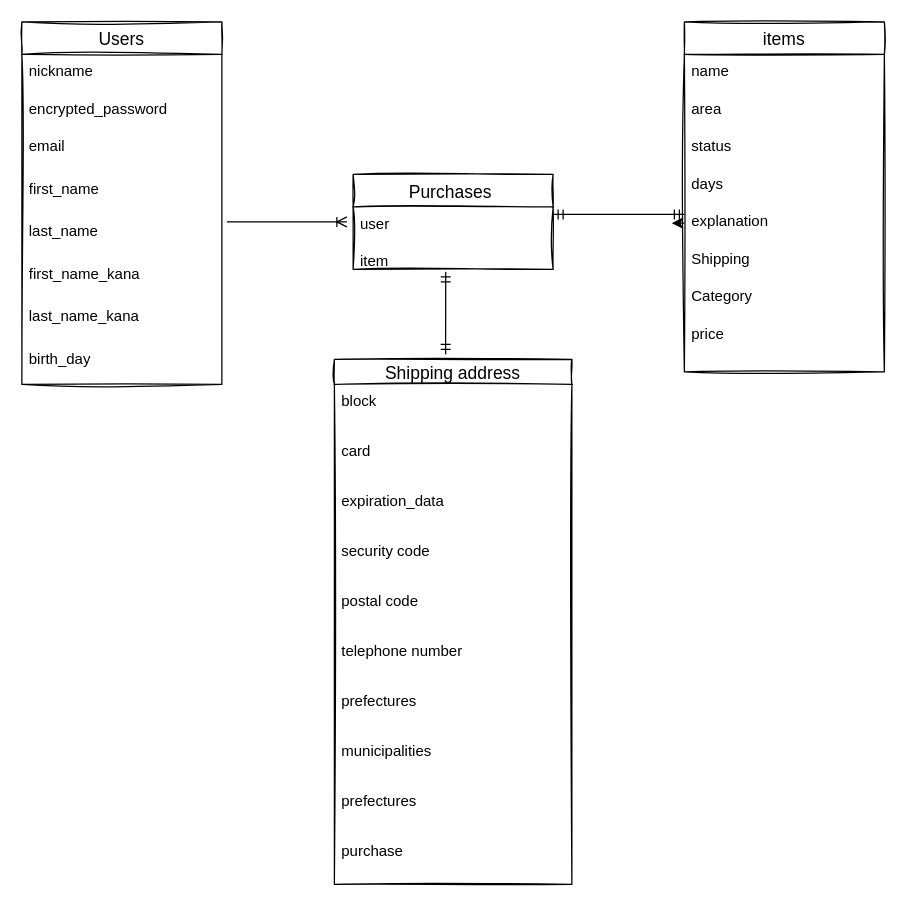
This is test.dio from hiroki917/furima-36021, a draw.io file, before an edit. Source tidied: cells renumbered, new cells numbered last; positions are measured from the earlier drawing's top-left corner, leaving out a move shared by most shapes. Both pictures are drawn from the tidied source at 125%, with x=0, y=0 at pixel (21, 21).
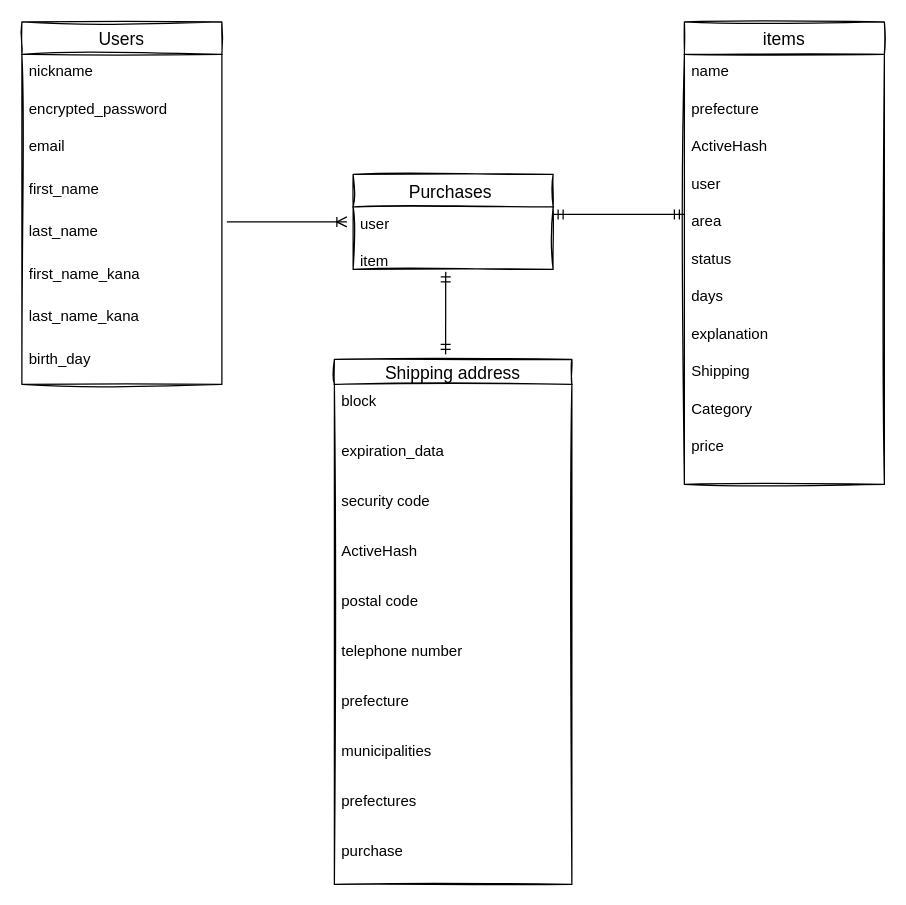
Above is the later version.

Commit message (it also covers changes not shown here):
データーベース修正2

The change refers to these unchanged cells:
```xml
<mxCell id="23" value="Shipping address" style="swimlane;fontStyle=0;horizontal=1;startSize=20;align=center;fontSize=14;sketch=1;" parent="1" vertex="1">
  <mxGeometry x="250" y="270" width="190" height="420" as="geometry" />
</mxCell>
```

Change to the diagram source:
```diff
@@
     <mxCell id="11" value="items" style="swimlane;fontStyle=0;horizontal=1;startSize=26;align=center;fontSize=14;sketch=1;" parent="1" vertex="1">
-      <mxGeometry x="530" width="160" height="280" as="geometry" />
+      <mxGeometry x="530" width="160" height="370" as="geometry" />
     </mxCell>
+    <mxCell id="38" value="name " style="text;strokeColor=none;fillColor=none;spacingLeft=4;spacingRight=4;overflow=hidden;fontSize=12;" parent="11" vertex="1">
+      <mxGeometry y="26" width="160" height="30" as="geometry" />
+    </mxCell>
+    <mxCell id="39" value="prefecture" style="text;strokeColor=none;fillColor=none;spacingLeft=4;spacingRight=4;overflow=hidden;fontSize=12;" parent="11" vertex="1">
+      <mxGeometry y="56" width="160" height="30" as="geometry" />
+    </mxCell>
+    <mxCell id="40" value="ActiveHash" style="text;strokeColor=none;fillColor=none;spacingLeft=4;spacingRight=4;overflow=hidden;fontSize=12;" parent="11" vertex="1">
+      <mxGeometry y="86" width="160" height="30" as="geometry" />
+    </mxCell>
-    <mxCell id="12" value="name " style="text;strokeColor=none;fillColor=none;spacingLeft=4;spacingRight=4;overflow=hidden;fontSize=12;" parent="11" vertex="1">
-      <mxGeometry y="26" width="160" height="30" as="geometry" />
+    <mxCell id="12" value="user" style="text;strokeColor=none;fillColor=none;spacingLeft=4;spacingRight=4;overflow=hidden;fontSize=12;" parent="11" vertex="1">
+      <mxGeometry y="116" width="160" height="30" as="geometry" />
     </mxCell>
     <mxCell id="13" value="area " style="text;strokeColor=none;fillColor=none;spacingLeft=4;spacingRight=4;overflow=hidden;fontSize=12;" parent="11" vertex="1">
-      <mxGeometry y="56" width="160" height="30" as="geometry" />
+      <mxGeometry y="146" width="160" height="30" as="geometry" />
     </mxCell>
     <mxCell id="14" value="status" style="text;strokeColor=none;fillColor=none;spacingLeft=4;spacingRight=4;overflow=hidden;fontSize=12;" parent="11" vertex="1">
-      <mxGeometry y="86" width="160" height="30" as="geometry" />
+      <mxGeometry y="176" width="160" height="30" as="geometry" />
     </mxCell>
     <mxCell id="15" value="days" style="text;strokeColor=none;fillColor=none;spacingLeft=4;spacingRight=4;overflow=hidden;fontSize=12;" parent="11" vertex="1">
-      <mxGeometry y="116" width="160" height="30" as="geometry" />
+      <mxGeometry y="206" width="160" height="30" as="geometry" />
     </mxCell>
     <mxCell id="16" value="explanation" style="text;strokeColor=none;fillColor=none;spacingLeft=4;spacingRight=4;overflow=hidden;points=[[0,0.5],[1,0.5]];portConstraint=eastwest;fontSize=12;" parent="11" vertex="1">
-      <mxGeometry y="146" width="160" height="30" as="geometry" />
+      <mxGeometry y="236" width="160" height="30" as="geometry" />
     </mxCell>
     <mxCell id="17" value="Shipping" style="text;strokeColor=none;fillColor=none;spacingLeft=4;spacingRight=4;overflow=hidden;fontSize=12;" parent="11" vertex="1">
-      <mxGeometry y="176" width="160" height="30" as="geometry" />
+      <mxGeometry y="266" width="160" height="30" as="geometry" />
     </mxCell>
     <mxCell id="18" value="Category" style="text;strokeColor=none;fillColor=none;spacingLeft=4;spacingRight=4;overflow=hidden;fontSize=12;" parent="11" vertex="1">
-      <mxGeometry y="206" width="160" height="30" as="geometry" />
+      <mxGeometry y="296" width="160" height="30" as="geometry" />
     </mxCell>
     <mxCell id="19" value="price" style="text;strokeColor=none;fillColor=none;spacingLeft=4;spacingRight=4;overflow=hidden;fontSize=12;" parent="11" vertex="1">
-      <mxGeometry y="236" width="160" height="44" as="geometry" />
+      <mxGeometry y="326" width="160" height="44" as="geometry" />
     </mxCell>
@@
-    <mxCell id="25" value="card" style="text;strokeColor=none;fillColor=none;spacingLeft=4;spacingRight=4;overflow=hidden;fontSize=12;" parent="23" vertex="1">
-      <mxGeometry y="60" width="190" height="40" as="geometry" />
-    </mxCell>
     <mxCell id="26" value="expiration_data" style="text;strokeColor=none;fillColor=none;spacingLeft=4;spacingRight=4;overflow=hidden;fontSize=12;" parent="23" vertex="1">
-      <mxGeometry y="100" width="190" height="40" as="geometry" />
+      <mxGeometry y="60" width="190" height="40" as="geometry" />
     </mxCell>
+    <mxCell id="41" value="security code" style="text;strokeColor=none;fillColor=none;spacingLeft=4;spacingRight=4;overflow=hidden;fontSize=12;" parent="23" vertex="1">
+      <mxGeometry y="100" width="190" height="40" as="geometry" />
+    </mxCell>
-    <mxCell id="27" value="security code" style="text;strokeColor=none;fillColor=none;spacingLeft=4;spacingRight=4;overflow=hidden;fontSize=12;" parent="23" vertex="1">
+    <mxCell id="27" value="ActiveHash" style="text;strokeColor=none;fillColor=none;spacingLeft=4;spacingRight=4;overflow=hidden;fontSize=12;" parent="23" vertex="1">
       <mxGeometry y="140" width="190" height="40" as="geometry" />
     </mxCell>
@@
-    <mxCell id="30" value="prefectures" style="text;strokeColor=none;fillColor=none;spacingLeft=4;spacingRight=4;overflow=hidden;fontSize=12;" parent="23" vertex="1">
+    <mxCell id="30" value="prefecture" style="text;strokeColor=none;fillColor=none;spacingLeft=4;spacingRight=4;overflow=hidden;fontSize=12;" parent="23" vertex="1">
       <mxGeometry y="260" width="190" height="40" as="geometry" />
     </mxCell>
@@
-    <mxCell id="37" style="edgeStyle=none;rounded=0;jettySize=auto;html=1;" parent="1" edge="1" source="16">
-      <mxGeometry relative="1" as="geometry">
-        <mxPoint x="520" y="161" as="targetPoint" />
-      </mxGeometry>
-    </mxCell>
```
